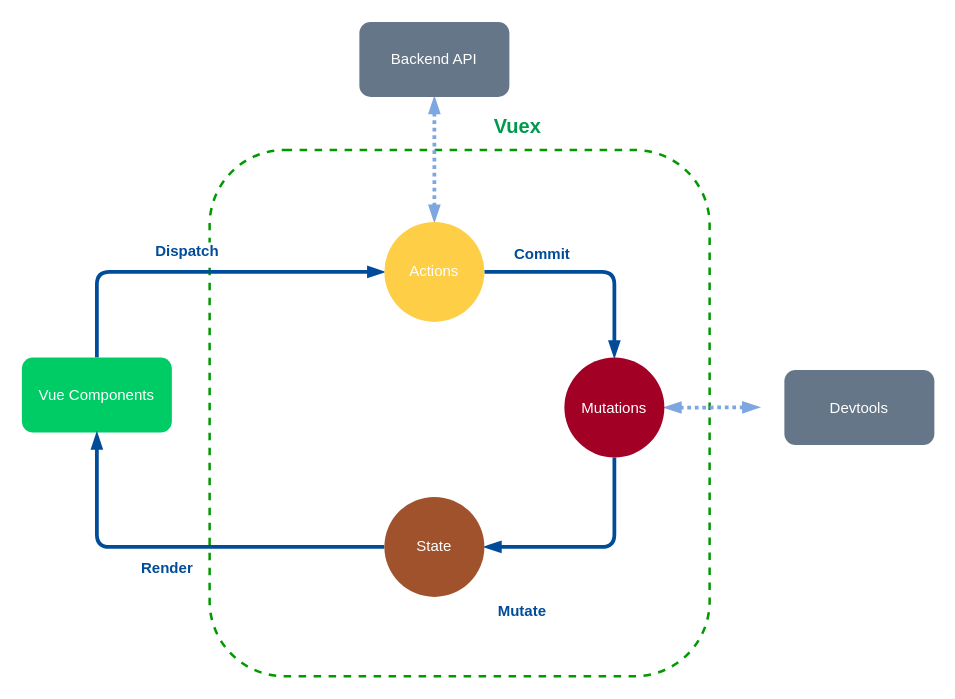
This is 未命名表单.drawio from lufever/draw.io, a draw.io file, before an edit. Source tidied: cells renumbered, new cells numbered last; positions are measured from the earlier drawing's top-left corner, leaving out a move shared by most shapes. Both pictures are drawn from the tidied source at 125%, with x=0, y=0 at pixel (21, 21).
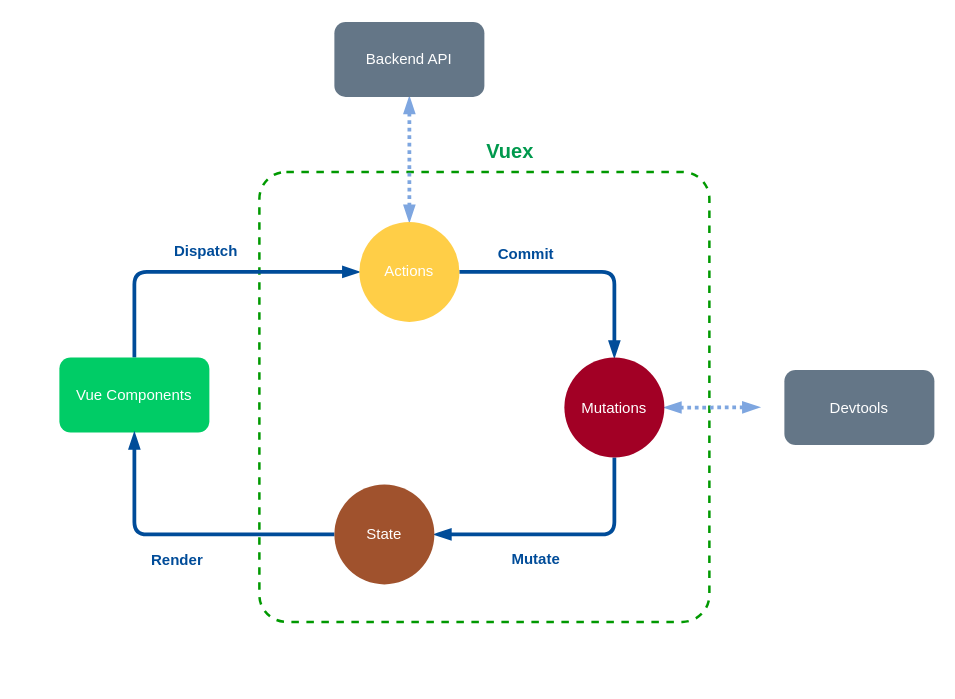
The same diagram, later.

Commit message:
更新未命名表单.drawio

The change refers to these unchanged cells:
```xml
<mxCell id="13" value="Mutations" style="ellipse;whiteSpace=wrap;html=1;fillColor=#a20025;strokeColor=none;fontColor=#ffffff;" parent="1" vertex="1">
  <mxGeometry x="434" y="268.5" width="80" height="80" as="geometry" />
</mxCell>
<mxCell id="14" style="edgeStyle=orthogonalEdgeStyle;rounded=1;jettySize=auto;html=1;entryX=0.5;entryY=1;entryDx=0;entryDy=0;startArrow=none;endArrow=blockThin;endFill=1;strokeColor=#004C99;strokeWidth=3;fontColor=#00994D;" parent="1" edge="1" source="16" target="5">
  <mxGeometry relative="1" as="geometry" />
</mxCell>
```

Change to the diagram source:
```diff
@@
-    <mxCell id="2" style="rounded=1;whiteSpace=wrap;html=1;strokeColor=#009900;fillColor=none;dashed=1;strokeWidth=2;" parent="1" vertex="1">
-      <mxGeometry x="150.2" y="102.5" width="400" height="421" as="geometry" />
+    <mxCell id="2" style="rounded=1;whiteSpace=wrap;html=1;strokeColor=#009900;fillColor=none;dashed=1;strokeWidth=2;glass=1;shadow=0;comic=0;arcSize=6;" parent="1" vertex="1">
+      <mxGeometry x="190" y="120" width="360" height="360" as="geometry" />
     </mxCell>
@@
     <mxCell id="5" value="Vue Components" style="rounded=1;whiteSpace=wrap;html=1;fillColor=#00CC66;strokeColor=none;fontColor=#ffffff;" parent="1" vertex="1">
-      <mxGeometry y="268.5" width="120" height="60" as="geometry" />
+      <mxGeometry x="30" y="268.5" width="120" height="60" as="geometry" />
     </mxCell>
@@
     <mxCell id="9" value="Actions" style="ellipse;whiteSpace=wrap;html=1;fillColor=#FFCE47;strokeColor=none;fontColor=#FFFFFF;" parent="1" vertex="1">
-      <mxGeometry x="290" y="160" width="80" height="80" as="geometry" />
+      <mxGeometry x="270" y="160" width="80" height="80" as="geometry" />
     </mxCell>
     <mxCell id="10" style="edgeStyle=orthogonalEdgeStyle;rounded=1;jettySize=auto;html=1;entryX=1;entryY=0.5;entryDx=0;entryDy=0;startArrow=none;endArrow=blockThin;endFill=1;strokeColor=#004C99;strokeWidth=3;fontColor=#00994D;" parent="1" edge="1" source="13" target="16">
       <mxGeometry relative="1" as="geometry">
         <Array as="points">
-          <mxPoint x="474" y="420" />
+          <mxPoint x="474" y="410" />
         </Array>
       </mxGeometry>
     </mxCell>
     <mxCell id="11" value="Mutate" style="text;html=1;align=center;verticalAlign=middle;labelBackgroundColor=#ffffff;fontColor=#004C99;fontStyle=1;" parent="10" vertex="1">
       <mxGeometry x="-0.19" y="-34" relative="1" as="geometry">
-        <mxPoint x="-41" y="51.5" as="offset" />
+        <mxPoint x="-42" y="53.5" as="offset" />
       </mxGeometry>
     </mxCell>
@@
     <mxCell id="15" value="Render&lt;br&gt;" style="text;html=1;align=center;verticalAlign=middle;labelBackgroundColor=#ffffff;fontColor=#004C99;fontStyle=1;" parent="14" vertex="1">
       <mxGeometry x="0.08" y="-6" relative="1" as="geometry">
-        <mxPoint x="-1" y="22" as="offset" />
+        <mxPoint x="3" y="26" as="offset" />
       </mxGeometry>
     </mxCell>
     <mxCell id="16" value="State" style="ellipse;whiteSpace=wrap;html=1;fillColor=#a0522d;strokeColor=none;fontColor=#ffffff;" parent="1" vertex="1">
-      <mxGeometry x="290" y="380" width="80" height="80" as="geometry" />
+      <mxGeometry x="250" y="370" width="80" height="80" as="geometry" />
     </mxCell>
     <mxCell id="17" value="Backend API" style="rounded=1;whiteSpace=wrap;html=1;fillColor=#647687;strokeColor=none;fontColor=#ffffff;" parent="1" vertex="1">
-      <mxGeometry x="270" width="120" height="60" as="geometry" />
+      <mxGeometry x="250" width="120" height="60" as="geometry" />
     </mxCell>
@@
     <mxCell id="19" value="Vuex" style="text;html=1;align=left;verticalAlign=top;spacingTop=-4;fontColor=#00994D;fontSize=16;fontStyle=1;" parent="1" vertex="1">
-      <mxGeometry x="376" y="71" width="40" height="20" as="geometry" />
+      <mxGeometry x="370" y="91" width="40" height="20" as="geometry" />
     </mxCell>
```
